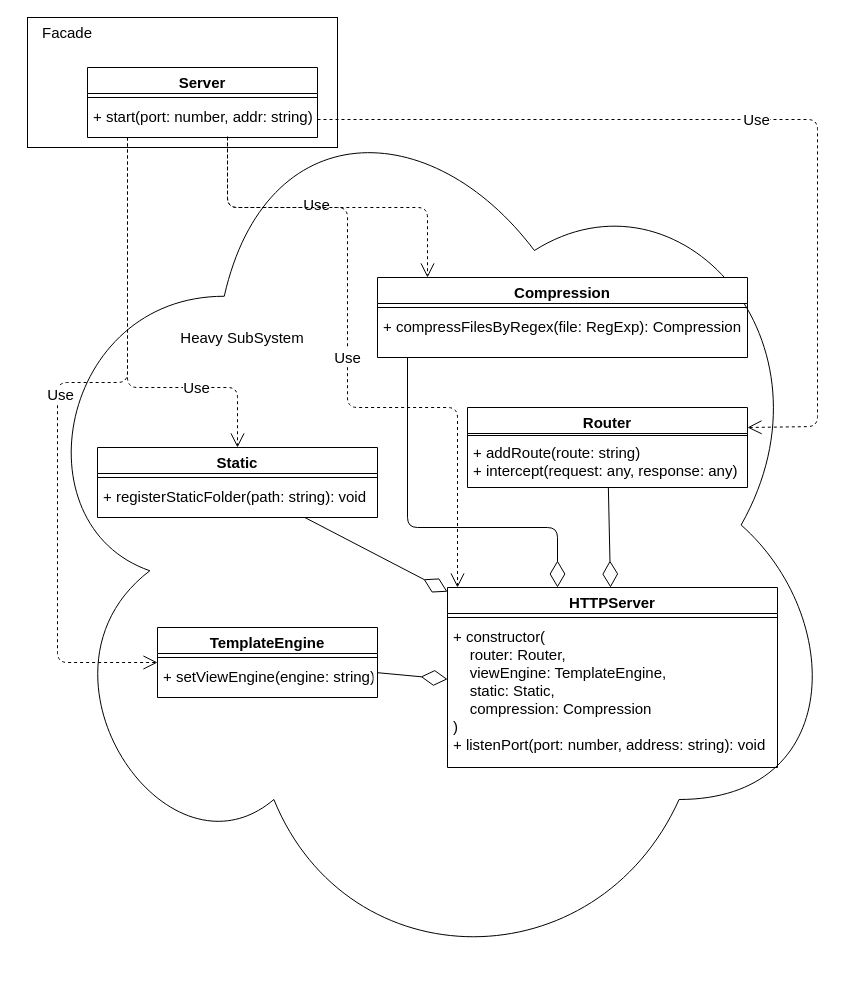
kirill-krasuk/design_patterns keeps this draw.io diagram as structural/facade/facade.drawio. Above is the earlier version. Source tidied: cells renumbered, new cells numbered last; positions are measured from the earlier drawing's top-left corner, leaving out a move shared by most shapes. Both pictures are drawn from the tidied source at 100%, with x=0, y=0 at pixel (17, 17).
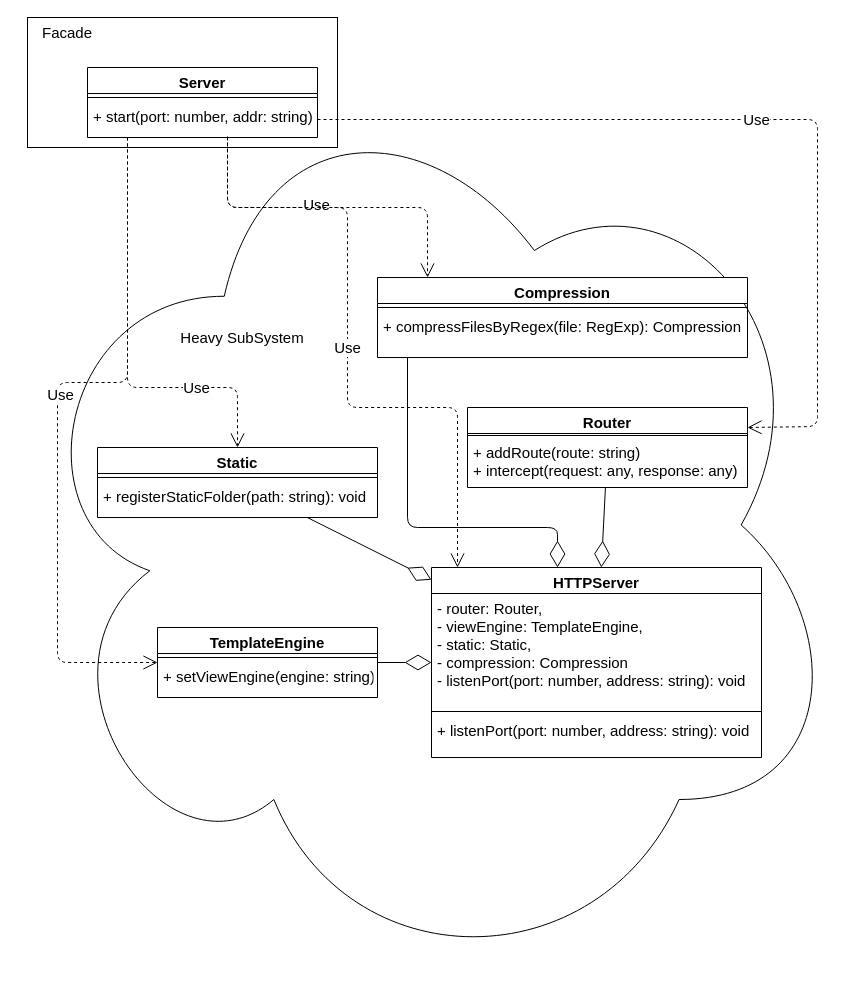
After the change.

The change refers to these unchanged cells:
```xml
<mxCell id="20" value="TemplateEngine" style="swimlane;fontStyle=1;align=center;verticalAlign=top;horizontal=1;startSize=26;fontSize=15;" parent="1" vertex="1">
  <mxGeometry x="140" y="610" width="220" height="70" as="geometry" />
</mxCell>
```

Diff of the diagram source:
```diff
@@
-    <mxCell id="14" value="HTTPServer" style="swimlane;fontStyle=1;align=center;verticalAlign=top;horizontal=1;startSize=26;fontSize=15;" parent="1" vertex="1">
-      <mxGeometry x="430" y="570" width="330" height="180" as="geometry" />
-    </mxCell>
-    <mxCell id="15" style="line;strokeWidth=1;fillColor=none;align=left;verticalAlign=middle;spacingTop=-1;spacingLeft=3;spacingRight=3;labelPosition=right;fontSize=15;" parent="14" vertex="1">
-      <mxGeometry y="26" width="330" height="8" as="geometry" />
-    </mxCell>
-    <mxCell id="16" value="+ constructor(&#10;    router: Router,&#10;    viewEngine: TemplateEngine,&#10;    static: Static,&#10;    compression: Compression&#10;)&#10;+ listenPort(port: number, address: string): void" style="text;strokeColor=none;fillColor=none;align=left;verticalAlign=top;spacingLeft=4;spacingRight=4;overflow=hidden;points=[[0,0.5],[1,0.5]];portConstraint=eastwest;fontSize=15;" parent="14" vertex="1">
-      <mxGeometry y="34" width="330" height="146" as="geometry" />
-    </mxCell>
@@
-    <mxCell id="30" style="endArrow=diamondThin;endFill=0;endSize=24;html=1;fontSize=15;" parent="1" edge="1" source="20" target="16">
+    <mxCell id="30" style="endArrow=diamondThin;endFill=0;endSize=24;html=1;fontSize=15;" parent="1" edge="1" source="20" target="14">
       <mxGeometry relative="1" as="geometry" />
     </mxCell>
@@
+    <mxCell id="14" value="HTTPServer" style="swimlane;fontStyle=1;align=center;verticalAlign=top;horizontal=1;startSize=26;fontSize=15;" parent="1" vertex="1">
+      <mxGeometry x="414" y="550" width="330" height="190" as="geometry" />
+    </mxCell>
+    <mxCell id="33" value="- router: Router,&#10;- viewEngine: TemplateEngine,&#10;- static: Static,&#10;- compression: Compression&#10;- listenPort(port: number, address: string): void" style="text;strokeColor=none;fillColor=none;align=left;verticalAlign=top;spacingLeft=4;spacingRight=4;overflow=hidden;fontSize=15;" parent="14" vertex="1">
+      <mxGeometry y="26" width="330" height="114" as="geometry" />
+    </mxCell>
+    <mxCell id="34" style="line;strokeWidth=1;fillColor=none;align=left;verticalAlign=middle;spacingTop=-1;spacingLeft=3;spacingRight=3;labelPosition=right;strokeColor=inherit;" parent="14" vertex="1">
+      <mxGeometry y="140" width="330" height="8" as="geometry" />
+    </mxCell>
+    <mxCell id="35" value="+ listenPort(port: number, address: string): void" style="text;strokeColor=none;fillColor=none;align=left;verticalAlign=top;spacingLeft=4;spacingRight=4;overflow=hidden;fontSize=15;" parent="14" vertex="1">
+      <mxGeometry y="148" width="330" height="42" as="geometry" />
+    </mxCell>
```
